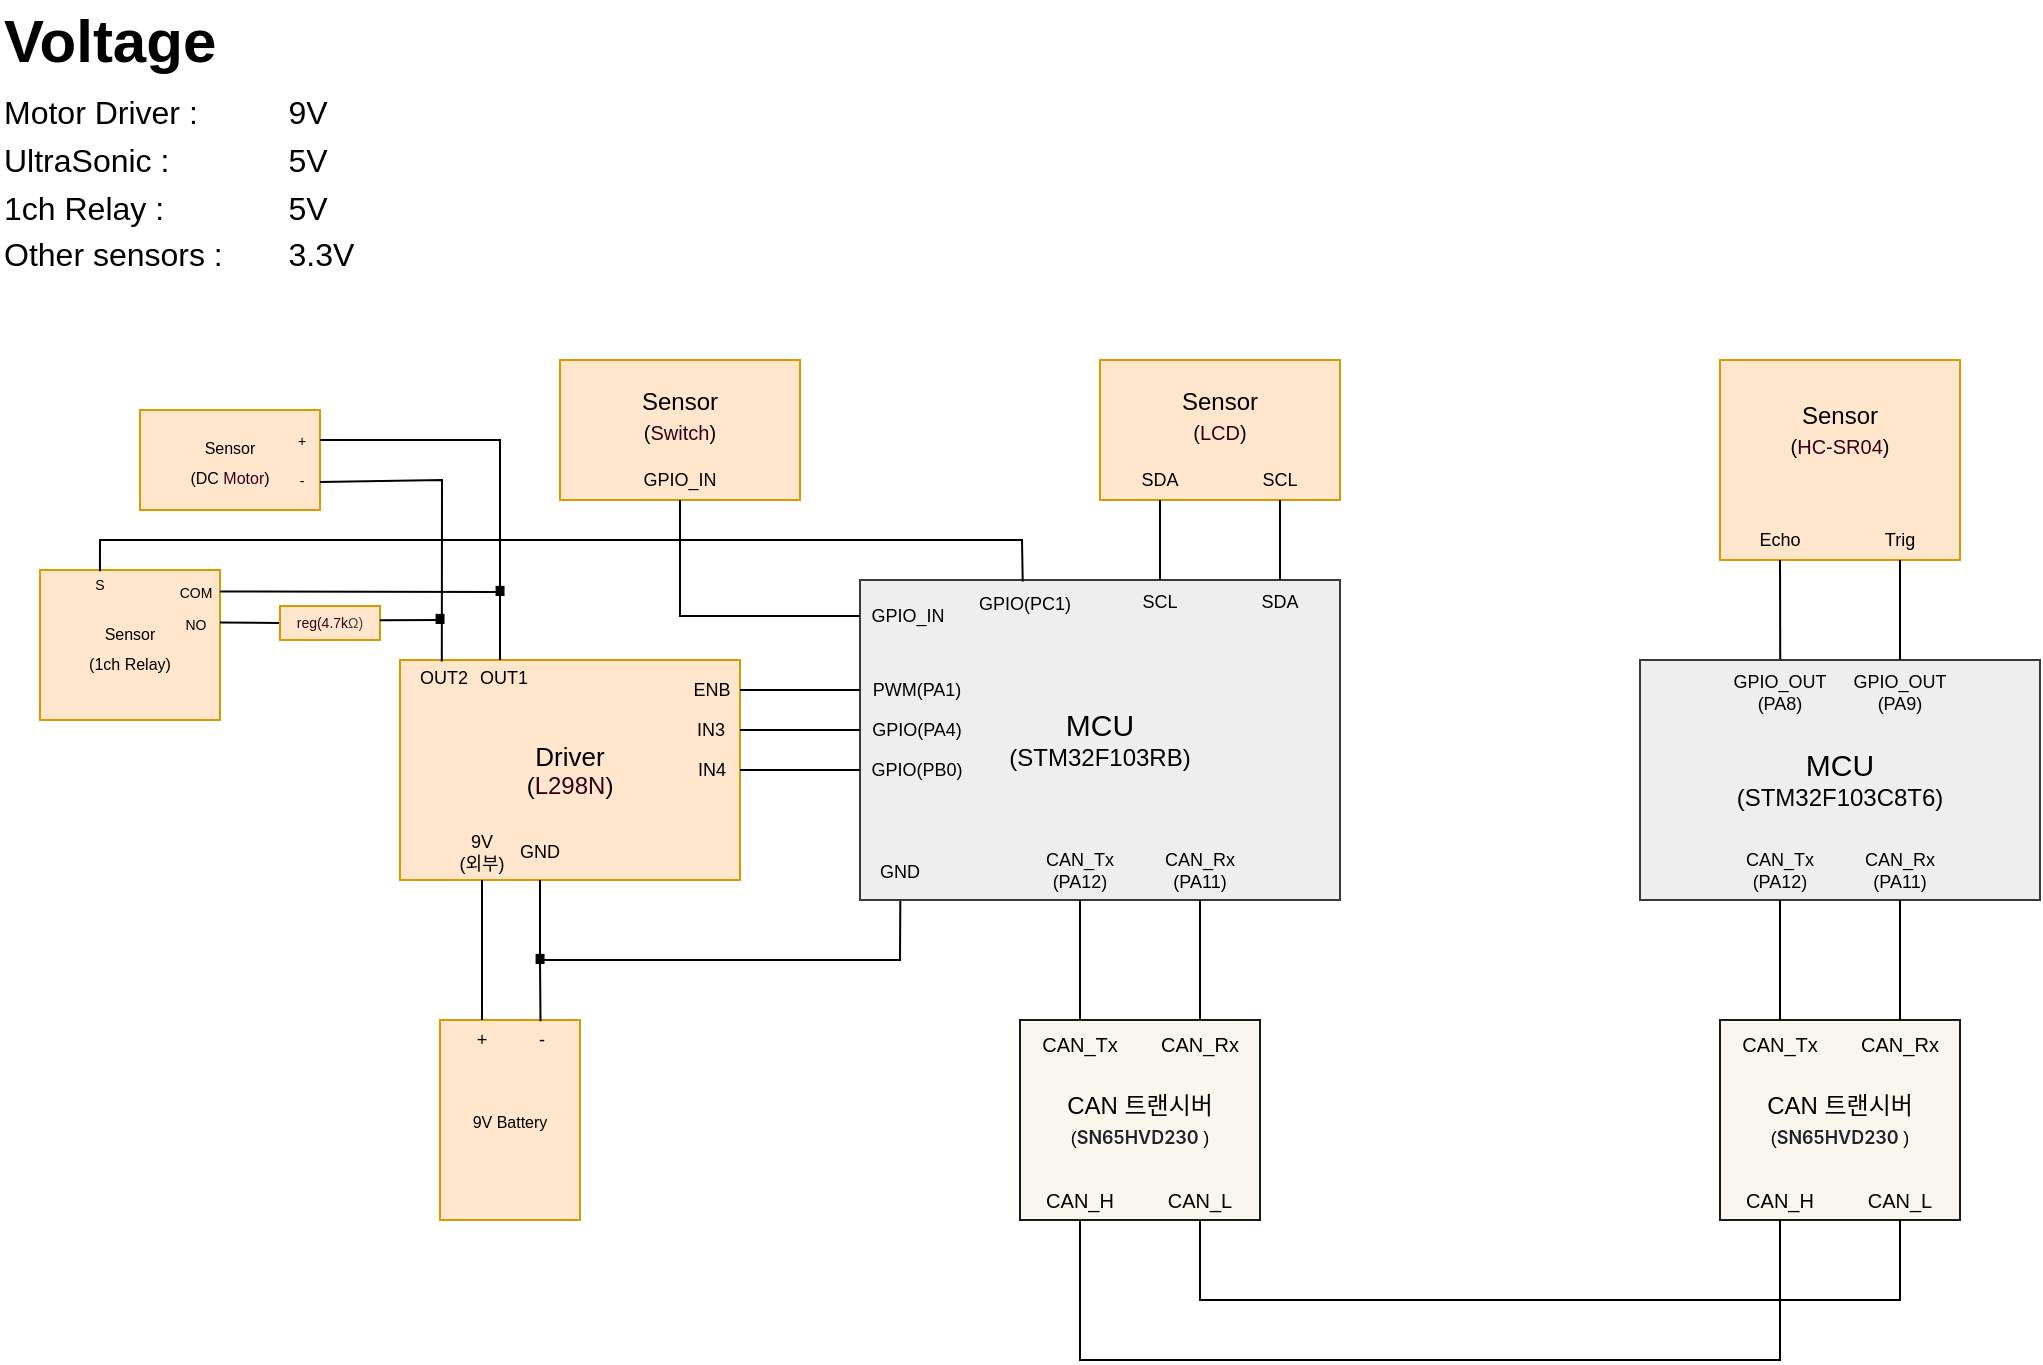
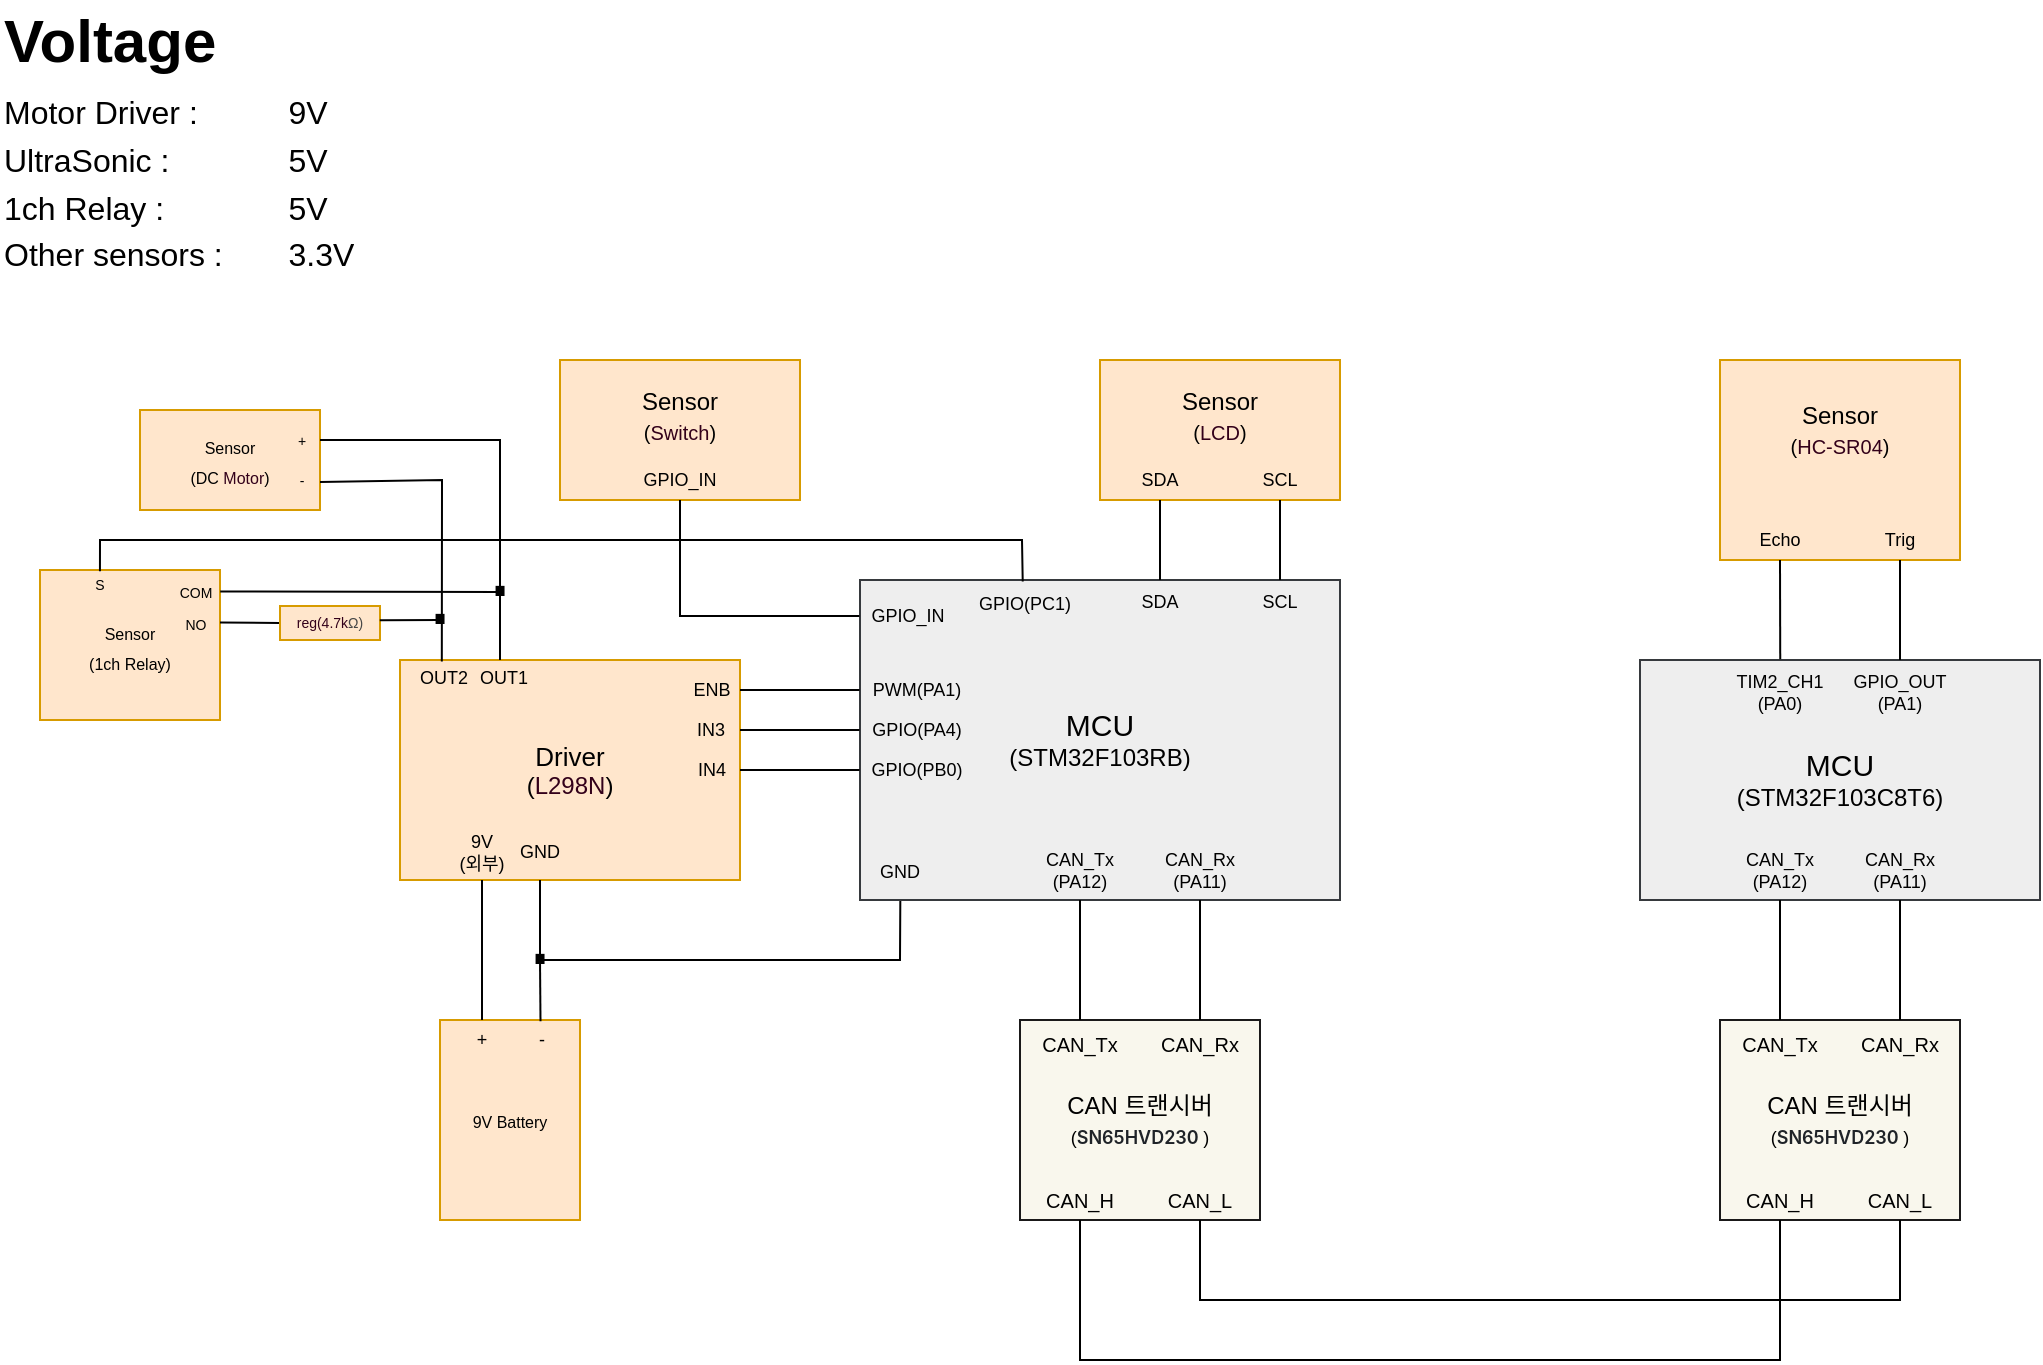
<mxfile host="app.diagrams.net" agent="Mozilla/5.0 (Windows NT 10.0; Win64; x64) AppleWebKit/537.36 (KHTML, like Gecko) Chrome/135.0.0.0 Safari/537.36" version="26.2.14" pages="2">
  <diagram name="페이지-1" id="bV-VDJoUi6MywUOajjM0">
-     <mxGraphModel dx="1226" dy="733" grid="1" gridSize="10" guides="1" tooltips="1" connect="1" arrows="1" fold="1" page="1" pageScale="1" pageWidth="1169" pageHeight="827" math="0" shadow="0">
+     <mxGraphModel dx="1042" dy="623" grid="1" gridSize="10" guides="1" tooltips="1" connect="1" arrows="1" fold="1" page="1" pageScale="1" pageWidth="1169" pageHeight="827" math="0" shadow="0">
      <root>
        <mxCell id="0" />
        <mxCell id="1" parent="0" />
        <mxCell id="6h7fnUpnQVIAR-fBUBs6-1" value="" style="rounded=0;whiteSpace=wrap;html=1;fillColor=#eeeeee;strokeColor=#36393d;" parent="1" vertex="1">
          <mxGeometry x="480" y="310" width="240" height="160" as="geometry" />
        </mxCell>
        <mxCell id="6h7fnUpnQVIAR-fBUBs6-3" value="" style="rounded=0;whiteSpace=wrap;html=1;fillColor=#eeeeee;strokeColor=#36393d;" parent="1" vertex="1">
          <mxGeometry x="870" y="350" width="200" height="120" as="geometry" />
        </mxCell>
        <mxCell id="6h7fnUpnQVIAR-fBUBs6-6" value="&lt;font style=&quot;font-size: 15px;&quot;&gt;MCU&lt;/font&gt;&lt;div&gt;(&lt;span style=&quot;background-color: transparent; color: light-dark(rgb(0, 0, 0), rgb(255, 255, 255));&quot;&gt;STM32F103RB)&lt;/span&gt;&lt;/div&gt;" style="text;html=1;align=center;verticalAlign=middle;whiteSpace=wrap;rounded=0;" parent="1" vertex="1">
          <mxGeometry x="480" y="310" width="240" height="160" as="geometry" />
        </mxCell>
        <mxCell id="6h7fnUpnQVIAR-fBUBs6-9" value="&lt;font style=&quot;font-size: 15px;&quot;&gt;MCU&lt;/font&gt;&lt;div&gt;(&lt;span style=&quot;background-color: transparent; color: light-dark(rgb(0, 0, 0), rgb(255, 255, 255));&quot;&gt;STM32F103C8T6)&lt;/span&gt;&lt;/div&gt;" style="text;html=1;align=center;verticalAlign=middle;whiteSpace=wrap;rounded=0;" parent="1" vertex="1">
          <mxGeometry x="915" y="395" width="110" height="30" as="geometry" />
        </mxCell>
        <mxCell id="6h7fnUpnQVIAR-fBUBs6-10" value="" style="rounded=0;whiteSpace=wrap;html=1;fillColor=#f9f7ed;strokeColor=light-dark(#1a1919, #261d00);strokeWidth=1;glass=0;" parent="1" vertex="1">
          <mxGeometry x="560" y="530" width="120" height="100" as="geometry" />
        </mxCell>
        <mxCell id="6h7fnUpnQVIAR-fBUBs6-12" value="" style="rounded=0;whiteSpace=wrap;html=1;fillColor=#f9f7ed;strokeColor=light-dark(#1a1919, #261d00);strokeWidth=1;glass=0;" parent="1" vertex="1">
          <mxGeometry x="910" y="530" width="120" height="100" as="geometry" />
        </mxCell>
        <mxCell id="6h7fnUpnQVIAR-fBUBs6-14" value="" style="endArrow=none;html=1;rounded=0;exitX=0.25;exitY=0;exitDx=0;exitDy=0;" parent="1" source="6h7fnUpnQVIAR-fBUBs6-10" edge="1">
          <mxGeometry width="50" height="50" relative="1" as="geometry">
            <mxPoint x="540" y="520" as="sourcePoint" />
            <mxPoint x="590" y="470" as="targetPoint" />
          </mxGeometry>
        </mxCell>
        <mxCell id="6h7fnUpnQVIAR-fBUBs6-15" value="" style="endArrow=none;html=1;rounded=0;exitX=0.25;exitY=0;exitDx=0;exitDy=0;" parent="1" edge="1">
          <mxGeometry width="50" height="50" relative="1" as="geometry">
            <mxPoint x="650" y="530" as="sourcePoint" />
            <mxPoint x="650" y="470" as="targetPoint" />
          </mxGeometry>
        </mxCell>
        <mxCell id="6h7fnUpnQVIAR-fBUBs6-16" value="" style="endArrow=none;html=1;rounded=0;exitX=0.25;exitY=0;exitDx=0;exitDy=0;" parent="1" edge="1">
          <mxGeometry width="50" height="50" relative="1" as="geometry">
            <mxPoint x="940" y="530" as="sourcePoint" />
            <mxPoint x="940" y="470" as="targetPoint" />
          </mxGeometry>
        </mxCell>
        <mxCell id="6h7fnUpnQVIAR-fBUBs6-17" value="" style="endArrow=none;html=1;rounded=0;exitX=0.25;exitY=0;exitDx=0;exitDy=0;" parent="1" edge="1">
          <mxGeometry width="50" height="50" relative="1" as="geometry">
            <mxPoint x="1000" y="530" as="sourcePoint" />
            <mxPoint x="1000" y="470" as="targetPoint" />
          </mxGeometry>
        </mxCell>
        <mxCell id="6h7fnUpnQVIAR-fBUBs6-20" value="&lt;span&gt;CAN_T&lt;/span&gt;x&lt;div&gt;(PA12)&lt;/div&gt;" style="text;html=1;align=center;verticalAlign=middle;whiteSpace=wrap;rounded=0;fontSize=9;" parent="1" vertex="1">
          <mxGeometry x="910" y="440" width="60" height="30" as="geometry" />
        </mxCell>
        <mxCell id="6h7fnUpnQVIAR-fBUBs6-21" value="&lt;span&gt;CAN_R&lt;/span&gt;x&lt;div&gt;(PA11)&lt;/div&gt;" style="text;html=1;align=center;verticalAlign=middle;whiteSpace=wrap;rounded=0;fontSize=9;" parent="1" vertex="1">
          <mxGeometry x="970" y="440" width="60" height="30" as="geometry" />
        </mxCell>
        <mxCell id="6h7fnUpnQVIAR-fBUBs6-22" value="&lt;span&gt;CAN_&lt;/span&gt;Rx" style="text;html=1;align=center;verticalAlign=middle;whiteSpace=wrap;rounded=0;fontSize=10;" parent="1" vertex="1">
          <mxGeometry x="970" y="527" width="60" height="30" as="geometry" />
        </mxCell>
        <mxCell id="6h7fnUpnQVIAR-fBUBs6-23" value="&lt;span&gt;CAN_&lt;/span&gt;Tx" style="text;html=1;align=center;verticalAlign=middle;whiteSpace=wrap;rounded=0;fontSize=10;" parent="1" vertex="1">
          <mxGeometry x="910" y="527" width="60" height="30" as="geometry" />
        </mxCell>
        <mxCell id="6h7fnUpnQVIAR-fBUBs6-24" value="&lt;span&gt;CAN_&lt;/span&gt;Rx" style="text;html=1;align=center;verticalAlign=middle;whiteSpace=wrap;rounded=0;fontSize=10;" parent="1" vertex="1">
          <mxGeometry x="620" y="527" width="60" height="30" as="geometry" />
        </mxCell>
        <mxCell id="6h7fnUpnQVIAR-fBUBs6-25" value="&lt;span&gt;CAN_&lt;/span&gt;Tx" style="text;html=1;align=center;verticalAlign=middle;whiteSpace=wrap;rounded=0;fontSize=10;" parent="1" vertex="1">
          <mxGeometry x="560" y="527" width="60" height="30" as="geometry" />
        </mxCell>
        <mxCell id="6h7fnUpnQVIAR-fBUBs6-26" value="CAN 트랜시버&lt;br&gt;&lt;div&gt;&lt;font style=&quot;font-size: 9px;&quot;&gt;(&lt;span style=&quot;box-sizing: border-box; font-weight: 600; color: rgb(31, 35, 40); font-family: -apple-system, BlinkMacSystemFont, &amp;quot;Segoe UI&amp;quot;, &amp;quot;Noto Sans&amp;quot;, Helvetica, Arial, sans-serif, &amp;quot;Apple Color Emoji&amp;quot;, &amp;quot;Segoe UI Emoji&amp;quot;; text-align: left;&quot;&gt;&lt;font style=&quot;&quot;&gt;SN65HVD230&amp;nbsp;&lt;/font&gt;&lt;/span&gt;&lt;span style=&quot;background-color: transparent; color: light-dark(rgb(0, 0, 0), rgb(255, 255, 255));&quot;&gt;)&lt;/span&gt;&lt;/font&gt;&lt;/div&gt;" style="text;html=1;align=center;verticalAlign=middle;whiteSpace=wrap;rounded=0;" parent="1" vertex="1">
          <mxGeometry x="565" y="565" width="110" height="30" as="geometry" />
        </mxCell>
        <mxCell id="6h7fnUpnQVIAR-fBUBs6-27" value="CAN 트랜시버&lt;br&gt;&lt;div&gt;&lt;font style=&quot;font-size: 9px;&quot;&gt;(&lt;span style=&quot;box-sizing: border-box; font-weight: 600; color: rgb(31, 35, 40); font-family: -apple-system, BlinkMacSystemFont, &amp;quot;Segoe UI&amp;quot;, &amp;quot;Noto Sans&amp;quot;, Helvetica, Arial, sans-serif, &amp;quot;Apple Color Emoji&amp;quot;, &amp;quot;Segoe UI Emoji&amp;quot;; text-align: left;&quot;&gt;&lt;font style=&quot;&quot;&gt;SN65HVD230&amp;nbsp;&lt;/font&gt;&lt;/span&gt;&lt;span style=&quot;background-color: transparent; color: light-dark(rgb(0, 0, 0), rgb(255, 255, 255));&quot;&gt;)&lt;/span&gt;&lt;/font&gt;&lt;/div&gt;" style="text;html=1;align=center;verticalAlign=middle;whiteSpace=wrap;rounded=0;" parent="1" vertex="1">
          <mxGeometry x="915" y="565" width="110" height="30" as="geometry" />
        </mxCell>
        <mxCell id="6h7fnUpnQVIAR-fBUBs6-28" value="&lt;span&gt;CAN_H&lt;/span&gt;" style="text;html=1;align=center;verticalAlign=middle;whiteSpace=wrap;rounded=0;fontSize=10;" parent="1" vertex="1">
          <mxGeometry x="560" y="605" width="60" height="30" as="geometry" />
        </mxCell>
        <mxCell id="6h7fnUpnQVIAR-fBUBs6-29" value="&lt;span&gt;CAN_L&lt;/span&gt;" style="text;html=1;align=center;verticalAlign=middle;whiteSpace=wrap;rounded=0;fontSize=10;" parent="1" vertex="1">
          <mxGeometry x="620" y="605" width="60" height="30" as="geometry" />
        </mxCell>
        <mxCell id="6h7fnUpnQVIAR-fBUBs6-30" value="&lt;span&gt;CAN_H&lt;/span&gt;" style="text;html=1;align=center;verticalAlign=middle;whiteSpace=wrap;rounded=0;fontSize=10;" parent="1" vertex="1">
          <mxGeometry x="910" y="605" width="60" height="30" as="geometry" />
        </mxCell>
        <mxCell id="6h7fnUpnQVIAR-fBUBs6-31" value="&lt;span&gt;CAN_L&lt;/span&gt;" style="text;html=1;align=center;verticalAlign=middle;whiteSpace=wrap;rounded=0;fontSize=10;" parent="1" vertex="1">
          <mxGeometry x="970" y="605" width="60" height="30" as="geometry" />
        </mxCell>
-         <mxCell id="6h7fnUpnQVIAR-fBUBs6-32" value="" style="endArrow=none;html=1;rounded=0;entryX=0.5;entryY=0.833;entryDx=0;entryDy=0;entryPerimeter=0;" parent="1" edge="1" target="6h7fnUpnQVIAR-fBUBs6-29">
+         <mxCell id="6h7fnUpnQVIAR-fBUBs6-32" value="" style="endArrow=none;html=1;rounded=0;entryX=0.5;entryY=0.833;entryDx=0;entryDy=0;entryPerimeter=0;" parent="1" target="6h7fnUpnQVIAR-fBUBs6-29" edge="1">
          <mxGeometry width="50" height="50" relative="1" as="geometry">
            <mxPoint x="1000" y="630" as="sourcePoint" />
            <mxPoint x="600" y="630" as="targetPoint" />
            <Array as="points">
              <mxPoint x="1000" y="670" />
              <mxPoint x="770" y="670" />
              <mxPoint x="650" y="670" />
            </Array>
          </mxGeometry>
        </mxCell>
-         <mxCell id="6h7fnUpnQVIAR-fBUBs6-33" value="" style="endArrow=none;html=1;rounded=0;entryX=0.5;entryY=0.833;entryDx=0;entryDy=0;entryPerimeter=0;" parent="1" edge="1" target="6h7fnUpnQVIAR-fBUBs6-28">
+         <mxCell id="6h7fnUpnQVIAR-fBUBs6-33" value="" style="endArrow=none;html=1;rounded=0;entryX=0.5;entryY=0.833;entryDx=0;entryDy=0;entryPerimeter=0;" parent="1" target="6h7fnUpnQVIAR-fBUBs6-28" edge="1">
          <mxGeometry width="50" height="50" relative="1" as="geometry">
            <mxPoint x="940" y="630" as="sourcePoint" />
            <mxPoint x="540" y="630" as="targetPoint" />
            <Array as="points">
              <mxPoint x="940" y="700" />
              <mxPoint x="710" y="700" />
              <mxPoint x="590" y="700" />
              <mxPoint x="590" y="670" />
            </Array>
          </mxGeometry>
        </mxCell>
        <mxCell id="6h7fnUpnQVIAR-fBUBs6-36" value="" style="rounded=0;whiteSpace=wrap;html=1;fillColor=#ffe6cc;strokeColor=#d79b00;" parent="1" vertex="1">
          <mxGeometry x="910" y="200" width="120" height="100" as="geometry" />
        </mxCell>
        <mxCell id="6h7fnUpnQVIAR-fBUBs6-37" value="&lt;font&gt;Sensor&lt;/font&gt;&lt;br&gt;&lt;div&gt;&lt;span&gt;&lt;font style=&quot;font-size: 10px;&quot;&gt;(&lt;span style=&quot;font-family: Arial, sans-serif; text-align: start;&quot;&gt;&lt;font style=&quot;color: rgb(51, 0, 26);&quot;&gt;HC-SR04&lt;/font&gt;&lt;/span&gt;&lt;span style=&quot;color: light-dark(rgb(0, 0, 0), rgb(255, 255, 255));&quot;&gt;)&lt;/span&gt;&lt;/font&gt;&lt;/span&gt;&lt;/div&gt;" style="text;html=1;align=center;verticalAlign=middle;whiteSpace=wrap;rounded=0;" parent="1" vertex="1">
          <mxGeometry x="910" y="220.5" width="120" height="29" as="geometry" />
        </mxCell>
-         <mxCell id="6h7fnUpnQVIAR-fBUBs6-38" value="&lt;div&gt;&lt;div&gt;GPIO_OUT&lt;/div&gt;&lt;/div&gt;(PA9)" style="text;html=1;align=center;verticalAlign=middle;whiteSpace=wrap;rounded=0;fontSize=9;" parent="1" vertex="1">
+         <mxCell id="6h7fnUpnQVIAR-fBUBs6-38" value="&lt;div&gt;&lt;div&gt;GPIO_OUT&lt;/div&gt;&lt;/div&gt;(PA1)" style="text;html=1;align=center;verticalAlign=middle;whiteSpace=wrap;rounded=0;fontSize=9;" parent="1" vertex="1">
          <mxGeometry x="970" y="351" width="60" height="30" as="geometry" />
        </mxCell>
-         <mxCell id="6h7fnUpnQVIAR-fBUBs6-39" value="&lt;div&gt;GPIO_OUT&lt;/div&gt;(PA8)" style="text;html=1;align=center;verticalAlign=middle;whiteSpace=wrap;rounded=0;fontSize=9;" parent="1" vertex="1">
+         <mxCell id="6h7fnUpnQVIAR-fBUBs6-39" value="&lt;div&gt;TIM2_CH1&lt;/div&gt;(PA0)" style="text;html=1;align=center;verticalAlign=middle;whiteSpace=wrap;rounded=0;fontSize=9;" parent="1" vertex="1">
          <mxGeometry x="910" y="351" width="60" height="30" as="geometry" />
        </mxCell>
        <mxCell id="6h7fnUpnQVIAR-fBUBs6-40" value="Echo" style="text;html=1;align=center;verticalAlign=middle;whiteSpace=wrap;rounded=0;fontSize=9;" parent="1" vertex="1">
          <mxGeometry x="910" y="275" width="60" height="30" as="geometry" />
        </mxCell>
        <mxCell id="6h7fnUpnQVIAR-fBUBs6-41" value="Trig" style="text;html=1;align=center;verticalAlign=middle;whiteSpace=wrap;rounded=0;fontSize=9;" parent="1" vertex="1">
          <mxGeometry x="970" y="275" width="60" height="30" as="geometry" />
        </mxCell>
        <mxCell id="6h7fnUpnQVIAR-fBUBs6-42" value="" style="endArrow=none;html=1;rounded=0;exitX=0.502;exitY=-0.047;exitDx=0;exitDy=0;exitPerimeter=0;" parent="1" source="6h7fnUpnQVIAR-fBUBs6-39" edge="1">
          <mxGeometry width="50" height="50" relative="1" as="geometry">
            <mxPoint x="940" y="360" as="sourcePoint" />
            <mxPoint x="940" y="300" as="targetPoint" />
          </mxGeometry>
        </mxCell>
        <mxCell id="6h7fnUpnQVIAR-fBUBs6-43" value="" style="endArrow=none;html=1;rounded=0;" parent="1" edge="1">
          <mxGeometry width="50" height="50" relative="1" as="geometry">
            <mxPoint x="1000" y="350" as="sourcePoint" />
            <mxPoint x="1000" y="300" as="targetPoint" />
          </mxGeometry>
        </mxCell>
        <mxCell id="6h7fnUpnQVIAR-fBUBs6-44" value="" style="rounded=0;whiteSpace=wrap;html=1;fillColor=#ffe6cc;strokeColor=#d79b00;" parent="1" vertex="1">
          <mxGeometry x="600" y="200" width="120" height="70" as="geometry" />
        </mxCell>
        <mxCell id="6h7fnUpnQVIAR-fBUBs6-45" value="&lt;font&gt;Sensor&lt;/font&gt;&lt;br&gt;&lt;div style=&quot;&quot;&gt;&lt;span&gt;&lt;font style=&quot;font-size: 10px;&quot;&gt;(&lt;font face=&quot;Arial, sans-serif&quot; color=&quot;#33001a&quot;&gt;LCD&lt;/font&gt;&lt;span style=&quot;color: light-dark(rgb(0, 0, 0), rgb(255, 255, 255));&quot;&gt;)&lt;/span&gt;&lt;/font&gt;&lt;/span&gt;&lt;/div&gt;" style="text;html=1;align=center;verticalAlign=middle;whiteSpace=wrap;rounded=0;" parent="1" vertex="1">
          <mxGeometry x="600" y="213" width="120" height="29" as="geometry" />
        </mxCell>
        <mxCell id="6h7fnUpnQVIAR-fBUBs6-46" value="SDA" style="text;html=1;align=center;verticalAlign=middle;whiteSpace=wrap;rounded=0;fontSize=9;" parent="1" vertex="1">
          <mxGeometry x="600" y="245" width="60" height="30" as="geometry" />
        </mxCell>
        <mxCell id="6h7fnUpnQVIAR-fBUBs6-47" value="SCL" style="text;html=1;align=center;verticalAlign=middle;whiteSpace=wrap;rounded=0;fontSize=9;" parent="1" vertex="1">
          <mxGeometry x="660" y="245" width="60" height="30" as="geometry" />
        </mxCell>
-         <mxCell id="6h7fnUpnQVIAR-fBUBs6-48" value="SDA" style="text;html=1;align=center;verticalAlign=middle;whiteSpace=wrap;rounded=0;fontSize=9;" parent="1" vertex="1">
+         <mxCell id="6h7fnUpnQVIAR-fBUBs6-48" value="SCL" style="text;html=1;align=center;verticalAlign=middle;whiteSpace=wrap;rounded=0;fontSize=9;" parent="1" vertex="1">
          <mxGeometry x="660" y="306" width="60" height="30" as="geometry" />
        </mxCell>
-         <mxCell id="6h7fnUpnQVIAR-fBUBs6-49" value="SCL" style="text;html=1;align=center;verticalAlign=middle;whiteSpace=wrap;rounded=0;fontSize=9;" parent="1" vertex="1">
+         <mxCell id="6h7fnUpnQVIAR-fBUBs6-49" value="SDA" style="text;html=1;align=center;verticalAlign=middle;whiteSpace=wrap;rounded=0;fontSize=9;" parent="1" vertex="1">
          <mxGeometry x="600" y="306" width="60" height="30" as="geometry" />
        </mxCell>
        <mxCell id="6h7fnUpnQVIAR-fBUBs6-50" value="" style="endArrow=none;html=1;rounded=0;exitX=0.5;exitY=0.133;exitDx=0;exitDy=0;exitPerimeter=0;" parent="1" source="6h7fnUpnQVIAR-fBUBs6-49" edge="1">
          <mxGeometry width="50" height="50" relative="1" as="geometry">
            <mxPoint x="630" y="300" as="sourcePoint" />
            <mxPoint x="630" y="270" as="targetPoint" />
          </mxGeometry>
        </mxCell>
        <mxCell id="6h7fnUpnQVIAR-fBUBs6-51" value="" style="endArrow=none;html=1;rounded=0;exitX=0.5;exitY=0.133;exitDx=0;exitDy=0;exitPerimeter=0;" parent="1" source="6h7fnUpnQVIAR-fBUBs6-48" edge="1">
          <mxGeometry width="50" height="50" relative="1" as="geometry">
            <mxPoint x="690" y="300" as="sourcePoint" />
            <mxPoint x="690" y="270" as="targetPoint" />
          </mxGeometry>
        </mxCell>
        <mxCell id="6h7fnUpnQVIAR-fBUBs6-52" value="" style="rounded=0;whiteSpace=wrap;html=1;fillColor=#ffe6cc;strokeColor=#d79b00;" parent="1" vertex="1">
          <mxGeometry x="330" y="200" width="120" height="70" as="geometry" />
        </mxCell>
        <mxCell id="6h7fnUpnQVIAR-fBUBs6-53" value="&lt;font&gt;Sensor&lt;/font&gt;&lt;br&gt;&lt;div style=&quot;&quot;&gt;&lt;span&gt;&lt;font style=&quot;font-size: 10px;&quot;&gt;(&lt;font face=&quot;Arial, sans-serif&quot; color=&quot;#33001a&quot;&gt;Switch&lt;/font&gt;&lt;span style=&quot;color: light-dark(rgb(0, 0, 0), rgb(255, 255, 255));&quot;&gt;)&lt;/span&gt;&lt;/font&gt;&lt;/span&gt;&lt;/div&gt;" style="text;html=1;align=center;verticalAlign=middle;whiteSpace=wrap;rounded=0;" parent="1" vertex="1">
          <mxGeometry x="330" y="213" width="120" height="29" as="geometry" />
        </mxCell>
        <mxCell id="6h7fnUpnQVIAR-fBUBs6-54" value="GPIO_IN" style="text;html=1;align=center;verticalAlign=middle;whiteSpace=wrap;rounded=0;fontSize=9;" parent="1" vertex="1">
          <mxGeometry x="360" y="245" width="60" height="30" as="geometry" />
        </mxCell>
        <mxCell id="6h7fnUpnQVIAR-fBUBs6-56" value="" style="endArrow=none;html=1;rounded=0;exitX=0.05;exitY=0.5;exitDx=0;exitDy=0;exitPerimeter=0;" parent="1" source="6h7fnUpnQVIAR-fBUBs6-57" edge="1">
          <mxGeometry width="50" height="50" relative="1" as="geometry">
            <mxPoint x="540" y="490" as="sourcePoint" />
            <mxPoint x="390" y="270" as="targetPoint" />
            <Array as="points">
              <mxPoint x="390" y="328" />
            </Array>
          </mxGeometry>
        </mxCell>
        <mxCell id="6h7fnUpnQVIAR-fBUBs6-57" value="GPIO_IN" style="text;html=1;align=center;verticalAlign=middle;whiteSpace=wrap;rounded=0;fontSize=9;" parent="1" vertex="1">
          <mxGeometry x="477" y="308" width="54" height="40" as="geometry" />
        </mxCell>
        <mxCell id="6h7fnUpnQVIAR-fBUBs6-58" value="" style="rounded=0;whiteSpace=wrap;html=1;fillColor=#ffe6cc;strokeColor=#d79b00;" parent="1" vertex="1">
          <mxGeometry x="250" y="350" width="170" height="110" as="geometry" />
        </mxCell>
        <mxCell id="6h7fnUpnQVIAR-fBUBs6-59" value="&lt;font&gt;&lt;font style=&quot;font-size: 13px;&quot;&gt;Driver&lt;/font&gt;&lt;br&gt;&lt;/font&gt;&lt;div style=&quot;&quot;&gt;&lt;span&gt;&lt;font&gt;(&lt;font face=&quot;Arial, sans-serif&quot; color=&quot;#33001a&quot;&gt;L298N&lt;/font&gt;&lt;span style=&quot;color: light-dark(rgb(0, 0, 0), rgb(255, 255, 255));&quot;&gt;)&lt;/span&gt;&lt;/font&gt;&lt;/span&gt;&lt;/div&gt;" style="text;html=1;align=center;verticalAlign=middle;whiteSpace=wrap;rounded=0;" parent="1" vertex="1">
          <mxGeometry x="250" y="350" width="170" height="110" as="geometry" />
        </mxCell>
        <mxCell id="6h7fnUpnQVIAR-fBUBs6-60" value="ENB" style="text;html=1;align=center;verticalAlign=middle;whiteSpace=wrap;rounded=0;fontSize=9;" parent="1" vertex="1">
          <mxGeometry x="386" y="350" width="40" height="30" as="geometry" />
        </mxCell>
-         <mxCell id="6h7fnUpnQVIAR-fBUBs6-67" value="" style="endArrow=none;html=1;rounded=0;entryX=0.069;entryY=0.501;entryDx=0;entryDy=0;entryPerimeter=0;exitX=0.85;exitY=0.501;exitDx=0;exitDy=0;exitPerimeter=0;" parent="1" edge="1" source="6h7fnUpnQVIAR-fBUBs6-60">
+         <mxCell id="6h7fnUpnQVIAR-fBUBs6-67" value="" style="endArrow=none;html=1;rounded=0;entryX=0.069;entryY=0.501;entryDx=0;entryDy=0;entryPerimeter=0;exitX=0.85;exitY=0.501;exitDx=0;exitDy=0;exitPerimeter=0;" parent="1" source="6h7fnUpnQVIAR-fBUBs6-60" edge="1">
          <mxGeometry width="50" height="50" relative="1" as="geometry">
            <mxPoint x="449.4" y="365.35999999999996" as="sourcePoint" />
            <mxPoint x="479.76" y="365.03" as="targetPoint" />
          </mxGeometry>
        </mxCell>
        <mxCell id="6h7fnUpnQVIAR-fBUBs6-69" value="PWM(PA1)" style="text;html=1;align=center;verticalAlign=middle;whiteSpace=wrap;rounded=0;fontSize=9;" parent="1" vertex="1">
          <mxGeometry x="477" y="350" width="63" height="30" as="geometry" />
        </mxCell>
-         <mxCell id="_FvLLy5niA9-FDdcqiTg-1" value="" style="endArrow=none;html=1;rounded=0;entryX=0.069;entryY=0.501;entryDx=0;entryDy=0;entryPerimeter=0;exitX=1;exitY=0.318;exitDx=0;exitDy=0;exitPerimeter=0;" parent="1" edge="1" source="6h7fnUpnQVIAR-fBUBs6-59">
+         <mxCell id="_FvLLy5niA9-FDdcqiTg-1" value="" style="endArrow=none;html=1;rounded=0;entryX=0.069;entryY=0.501;entryDx=0;entryDy=0;entryPerimeter=0;exitX=1;exitY=0.318;exitDx=0;exitDy=0;exitPerimeter=0;" parent="1" source="6h7fnUpnQVIAR-fBUBs6-59" edge="1">
          <mxGeometry width="50" height="50" relative="1" as="geometry">
            <mxPoint x="440" y="385" as="sourcePoint" />
            <mxPoint x="479.76" y="385.03" as="targetPoint" />
          </mxGeometry>
        </mxCell>
-         <mxCell id="_FvLLy5niA9-FDdcqiTg-2" value="" style="endArrow=none;html=1;rounded=0;entryX=0.069;entryY=0.501;entryDx=0;entryDy=0;exitX=1;exitY=0.5;exitDx=0;exitDy=0;entryPerimeter=0;" parent="1" edge="1" source="6h7fnUpnQVIAR-fBUBs6-59">
+         <mxCell id="_FvLLy5niA9-FDdcqiTg-2" value="" style="endArrow=none;html=1;rounded=0;entryX=0.069;entryY=0.501;entryDx=0;entryDy=0;exitX=1;exitY=0.5;exitDx=0;exitDy=0;entryPerimeter=0;" parent="1" source="6h7fnUpnQVIAR-fBUBs6-59" edge="1">
          <mxGeometry width="50" height="50" relative="1" as="geometry">
            <mxPoint x="449.4" y="405.35999999999996" as="sourcePoint" />
            <mxPoint x="479.76" y="405.03" as="targetPoint" />
          </mxGeometry>
        </mxCell>
        <mxCell id="_FvLLy5niA9-FDdcqiTg-3" value="IN3" style="text;html=1;align=center;verticalAlign=middle;whiteSpace=wrap;rounded=0;fontSize=9;" parent="1" vertex="1">
          <mxGeometry x="383" y="370" width="45" height="30" as="geometry" />
        </mxCell>
        <mxCell id="_FvLLy5niA9-FDdcqiTg-4" value="IN4" style="text;html=1;align=center;verticalAlign=middle;whiteSpace=wrap;rounded=0;fontSize=9;" parent="1" vertex="1">
          <mxGeometry x="386" y="390" width="40" height="30" as="geometry" />
        </mxCell>
        <mxCell id="_FvLLy5niA9-FDdcqiTg-5" value="GPIO(PA4)" style="text;html=1;align=center;verticalAlign=middle;whiteSpace=wrap;rounded=0;fontSize=9;" parent="1" vertex="1">
          <mxGeometry x="477" y="370" width="63" height="30" as="geometry" />
        </mxCell>
        <mxCell id="_FvLLy5niA9-FDdcqiTg-6" value="GPIO(PB0)" style="text;html=1;align=center;verticalAlign=middle;whiteSpace=wrap;rounded=0;fontSize=9;" parent="1" vertex="1">
          <mxGeometry x="477" y="390" width="63" height="30" as="geometry" />
        </mxCell>
        <mxCell id="_FvLLy5niA9-FDdcqiTg-10" value="" style="rounded=0;whiteSpace=wrap;html=1;fillColor=#ffe6cc;strokeColor=#d79b00;" parent="1" vertex="1">
          <mxGeometry x="120" y="225" width="90" height="50" as="geometry" />
        </mxCell>
        <mxCell id="_FvLLy5niA9-FDdcqiTg-12" value="&lt;font style=&quot;font-size: 8px;&quot;&gt;&lt;font style=&quot;&quot;&gt;Sensor&lt;/font&gt;&lt;br&gt;&lt;/font&gt;&lt;div style=&quot;&quot;&gt;&lt;span&gt;&lt;font style=&quot;font-size: 8px;&quot;&gt;(DC&amp;nbsp;&lt;font face=&quot;Arial, sans-serif&quot; color=&quot;#33001a&quot;&gt;Motor&lt;/font&gt;&lt;span style=&quot;color: light-dark(rgb(0, 0, 0), rgb(255, 255, 255));&quot;&gt;)&lt;/span&gt;&lt;/font&gt;&lt;/span&gt;&lt;/div&gt;" style="text;html=1;align=center;verticalAlign=middle;whiteSpace=wrap;rounded=0;" parent="1" vertex="1">
          <mxGeometry x="120" y="225" width="90" height="50" as="geometry" />
        </mxCell>
        <mxCell id="_FvLLy5niA9-FDdcqiTg-18" value="9V&lt;br&gt;(외부)" style="text;html=1;align=center;verticalAlign=middle;whiteSpace=wrap;rounded=0;fontSize=9;" parent="1" vertex="1">
          <mxGeometry x="276" y="436" width="30" height="20" as="geometry" />
        </mxCell>
        <mxCell id="_FvLLy5niA9-FDdcqiTg-19" value="GND" style="text;html=1;align=center;verticalAlign=middle;whiteSpace=wrap;rounded=0;fontSize=9;" parent="1" vertex="1">
          <mxGeometry x="305" y="436" width="30" height="20" as="geometry" />
        </mxCell>
        <mxCell id="_FvLLy5niA9-FDdcqiTg-20" value="" style="endArrow=none;html=1;rounded=0;exitX=0.084;exitY=1.003;exitDx=0;exitDy=0;exitPerimeter=0;" parent="1" source="6h7fnUpnQVIAR-fBUBs6-6" edge="1">
          <mxGeometry width="50" height="50" relative="1" as="geometry">
            <mxPoint x="500" y="497" as="sourcePoint" />
            <mxPoint x="320" y="460" as="targetPoint" />
            <Array as="points">
              <mxPoint x="500" y="500" />
              <mxPoint x="320" y="500" />
            </Array>
          </mxGeometry>
        </mxCell>
        <mxCell id="_FvLLy5niA9-FDdcqiTg-27" value="" style="rounded=0;whiteSpace=wrap;html=1;fillColor=#ffe6cc;strokeColor=#d79b00;" parent="1" vertex="1">
          <mxGeometry x="270" y="530" width="70" height="100" as="geometry" />
        </mxCell>
        <mxCell id="_FvLLy5niA9-FDdcqiTg-28" value="&lt;span style=&quot;font-size: 8px;&quot;&gt;9V Battery&lt;/span&gt;" style="text;html=1;align=center;verticalAlign=middle;whiteSpace=wrap;rounded=0;" parent="1" vertex="1">
          <mxGeometry x="270" y="530" width="70" height="100" as="geometry" />
        </mxCell>
        <mxCell id="_FvLLy5niA9-FDdcqiTg-35" value="OUT1" style="text;html=1;align=center;verticalAlign=middle;whiteSpace=wrap;rounded=0;fontSize=9;" parent="1" vertex="1">
          <mxGeometry x="291" y="354" width="22" height="10" as="geometry" />
        </mxCell>
        <mxCell id="ZNe67Z8rfyecnqNgnsBk-1" value="&lt;span&gt;CAN_T&lt;/span&gt;x&lt;div&gt;(PA12)&lt;/div&gt;" style="text;html=1;align=center;verticalAlign=middle;whiteSpace=wrap;rounded=0;fontSize=9;" parent="1" vertex="1">
          <mxGeometry x="560" y="440" width="60" height="30" as="geometry" />
        </mxCell>
        <mxCell id="ZNe67Z8rfyecnqNgnsBk-2" value="&lt;span&gt;CAN_R&lt;/span&gt;x&lt;div&gt;(PA11)&lt;/div&gt;" style="text;html=1;align=center;verticalAlign=middle;whiteSpace=wrap;rounded=0;fontSize=9;" parent="1" vertex="1">
          <mxGeometry x="620" y="440" width="60" height="30" as="geometry" />
        </mxCell>
-         <mxCell id="4tRv8Omye4SSDMSUdsZj-5" value="+" style="text;html=1;align=center;verticalAlign=middle;whiteSpace=wrap;rounded=0;fontSize=9;" vertex="1" parent="1">
+         <mxCell id="4tRv8Omye4SSDMSUdsZj-5" value="+" style="text;html=1;align=center;verticalAlign=middle;whiteSpace=wrap;rounded=0;fontSize=9;" parent="1" vertex="1">
          <mxGeometry x="276" y="530" width="30" height="20" as="geometry" />
        </mxCell>
-         <mxCell id="4tRv8Omye4SSDMSUdsZj-6" value="-" style="text;html=1;align=center;verticalAlign=middle;whiteSpace=wrap;rounded=0;fontSize=9;" vertex="1" parent="1">
+         <mxCell id="4tRv8Omye4SSDMSUdsZj-6" value="-" style="text;html=1;align=center;verticalAlign=middle;whiteSpace=wrap;rounded=0;fontSize=9;" parent="1" vertex="1">
          <mxGeometry x="306" y="530" width="30" height="20" as="geometry" />
        </mxCell>
-         <mxCell id="4tRv8Omye4SSDMSUdsZj-7" value="" style="endArrow=none;html=1;rounded=0;entryX=0.475;entryY=0.03;entryDx=0;entryDy=0;entryPerimeter=0;" edge="1" parent="1" target="4tRv8Omye4SSDMSUdsZj-6">
+         <mxCell id="4tRv8Omye4SSDMSUdsZj-7" value="" style="endArrow=none;html=1;rounded=0;entryX=0.475;entryY=0.03;entryDx=0;entryDy=0;entryPerimeter=0;" parent="1" target="4tRv8Omye4SSDMSUdsZj-6" edge="1">
          <mxGeometry width="50" height="50" relative="1" as="geometry">
            <mxPoint x="320" y="500" as="sourcePoint" />
            <mxPoint x="420" y="517" as="targetPoint" />
          </mxGeometry>
        </mxCell>
-         <mxCell id="4tRv8Omye4SSDMSUdsZj-8" value="" style="endArrow=none;html=1;rounded=0;exitX=0.5;exitY=0;exitDx=0;exitDy=0;" edge="1" parent="1" source="4tRv8Omye4SSDMSUdsZj-5">
+         <mxCell id="4tRv8Omye4SSDMSUdsZj-8" value="" style="endArrow=none;html=1;rounded=0;exitX=0.5;exitY=0;exitDx=0;exitDy=0;" parent="1" source="4tRv8Omye4SSDMSUdsZj-5" edge="1">
          <mxGeometry width="50" height="50" relative="1" as="geometry">
            <mxPoint x="320" y="530" as="sourcePoint" />
            <mxPoint x="291" y="460" as="targetPoint" />
          </mxGeometry>
        </mxCell>
-         <mxCell id="4tRv8Omye4SSDMSUdsZj-9" value="OUT2" style="text;html=1;align=center;verticalAlign=middle;whiteSpace=wrap;rounded=0;fontSize=9;" vertex="1" parent="1">
+         <mxCell id="4tRv8Omye4SSDMSUdsZj-9" value="OUT2" style="text;html=1;align=center;verticalAlign=middle;whiteSpace=wrap;rounded=0;fontSize=9;" parent="1" vertex="1">
          <mxGeometry x="261" y="354" width="22" height="10" as="geometry" />
        </mxCell>
-         <mxCell id="4tRv8Omye4SSDMSUdsZj-10" value="" style="rounded=0;whiteSpace=wrap;html=1;fillColor=#ffe6cc;strokeColor=#d79b00;" vertex="1" parent="1">
+         <mxCell id="4tRv8Omye4SSDMSUdsZj-10" value="" style="rounded=0;whiteSpace=wrap;html=1;fillColor=#ffe6cc;strokeColor=#d79b00;" parent="1" vertex="1">
          <mxGeometry x="70" y="305" width="90" height="75" as="geometry" />
        </mxCell>
-         <mxCell id="4tRv8Omye4SSDMSUdsZj-11" value="&lt;font style=&quot;font-size: 8px;&quot;&gt;&lt;font style=&quot;&quot;&gt;Sensor&lt;/font&gt;&lt;br&gt;&lt;/font&gt;&lt;div style=&quot;&quot;&gt;&lt;span&gt;&lt;font style=&quot;font-size: 8px;&quot;&gt;(1ch Relay&lt;span style=&quot;color: light-dark(rgb(0, 0, 0), rgb(255, 255, 255));&quot;&gt;)&lt;/span&gt;&lt;/font&gt;&lt;/span&gt;&lt;/div&gt;" style="text;html=1;align=center;verticalAlign=middle;whiteSpace=wrap;rounded=0;" vertex="1" parent="1">
+         <mxCell id="4tRv8Omye4SSDMSUdsZj-11" value="&lt;font style=&quot;font-size: 8px;&quot;&gt;&lt;font style=&quot;&quot;&gt;Sensor&lt;/font&gt;&lt;br&gt;&lt;/font&gt;&lt;div style=&quot;&quot;&gt;&lt;span&gt;&lt;font style=&quot;font-size: 8px;&quot;&gt;(1ch Relay&lt;span style=&quot;color: light-dark(rgb(0, 0, 0), rgb(255, 255, 255));&quot;&gt;)&lt;/span&gt;&lt;/font&gt;&lt;/span&gt;&lt;/div&gt;" style="text;html=1;align=center;verticalAlign=middle;whiteSpace=wrap;rounded=0;" parent="1" vertex="1">
          <mxGeometry x="70" y="305" width="90" height="75" as="geometry" />
        </mxCell>
-         <mxCell id="4tRv8Omye4SSDMSUdsZj-12" value="GND" style="text;html=1;align=center;verticalAlign=middle;whiteSpace=wrap;rounded=0;fontSize=9;" vertex="1" parent="1">
+         <mxCell id="4tRv8Omye4SSDMSUdsZj-12" value="GND" style="text;html=1;align=center;verticalAlign=middle;whiteSpace=wrap;rounded=0;fontSize=9;" parent="1" vertex="1">
          <mxGeometry x="485" y="446" width="30" height="20" as="geometry" />
        </mxCell>
-         <mxCell id="4tRv8Omye4SSDMSUdsZj-15" value="" style="endArrow=none;html=1;rounded=0;entryX=0.8;entryY=0.5;entryDx=0;entryDy=0;entryPerimeter=0;" edge="1" parent="1" target="4tRv8Omye4SSDMSUdsZj-16">
+         <mxCell id="4tRv8Omye4SSDMSUdsZj-15" value="" style="endArrow=none;html=1;rounded=0;entryX=0.8;entryY=0.5;entryDx=0;entryDy=0;entryPerimeter=0;" parent="1" target="4tRv8Omye4SSDMSUdsZj-16" edge="1">
          <mxGeometry width="50" height="50" relative="1" as="geometry">
            <mxPoint x="300" y="350" as="sourcePoint" />
            <mxPoint x="300" y="240" as="targetPoint" />
            <Array as="points">
              <mxPoint x="300" y="240" />
            </Array>
          </mxGeometry>
        </mxCell>
-         <mxCell id="4tRv8Omye4SSDMSUdsZj-16" value="&lt;font style=&quot;font-size: 7px;&quot;&gt;+&lt;/font&gt;" style="text;html=1;align=center;verticalAlign=middle;whiteSpace=wrap;rounded=0;fontSize=9;" vertex="1" parent="1">
+         <mxCell id="4tRv8Omye4SSDMSUdsZj-16" value="&lt;font style=&quot;font-size: 7px;&quot;&gt;+&lt;/font&gt;" style="text;html=1;align=center;verticalAlign=middle;whiteSpace=wrap;rounded=0;fontSize=9;" parent="1" vertex="1">
          <mxGeometry x="186" y="230" width="30" height="20" as="geometry" />
        </mxCell>
-         <mxCell id="4tRv8Omye4SSDMSUdsZj-17" value="&lt;font style=&quot;font-size: 7px;&quot;&gt;-&lt;/font&gt;" style="text;html=1;align=center;verticalAlign=middle;whiteSpace=wrap;rounded=0;fontSize=9;" vertex="1" parent="1">
+         <mxCell id="4tRv8Omye4SSDMSUdsZj-17" value="&lt;font style=&quot;font-size: 7px;&quot;&gt;-&lt;/font&gt;" style="text;html=1;align=center;verticalAlign=middle;whiteSpace=wrap;rounded=0;fontSize=9;" parent="1" vertex="1">
          <mxGeometry x="186" y="250" width="30" height="20" as="geometry" />
        </mxCell>
-         <mxCell id="4tRv8Omye4SSDMSUdsZj-19" value="&lt;span style=&quot;font-size: 7px;&quot;&gt;COM&lt;/span&gt;" style="text;html=1;align=center;verticalAlign=middle;whiteSpace=wrap;rounded=0;fontSize=9;" vertex="1" parent="1">
+         <mxCell id="4tRv8Omye4SSDMSUdsZj-19" value="&lt;span style=&quot;font-size: 7px;&quot;&gt;COM&lt;/span&gt;" style="text;html=1;align=center;verticalAlign=middle;whiteSpace=wrap;rounded=0;fontSize=9;" parent="1" vertex="1">
          <mxGeometry x="137" y="311" width="22" height="10" as="geometry" />
        </mxCell>
-         <mxCell id="4tRv8Omye4SSDMSUdsZj-20" value="&lt;span style=&quot;font-size: 7px;&quot;&gt;NO&lt;/span&gt;" style="text;html=1;align=center;verticalAlign=middle;whiteSpace=wrap;rounded=0;fontSize=9;" vertex="1" parent="1">
+         <mxCell id="4tRv8Omye4SSDMSUdsZj-20" value="&lt;span style=&quot;font-size: 7px;&quot;&gt;NO&lt;/span&gt;" style="text;html=1;align=center;verticalAlign=middle;whiteSpace=wrap;rounded=0;fontSize=9;" parent="1" vertex="1">
          <mxGeometry x="137" y="326.5" width="22" height="10" as="geometry" />
        </mxCell>
-         <mxCell id="4tRv8Omye4SSDMSUdsZj-21" value="" style="endArrow=none;html=1;rounded=0;exitX=0.998;exitY=0.328;exitDx=0;exitDy=0;exitPerimeter=0;entryX=0;entryY=0.5;entryDx=0;entryDy=0;" edge="1" parent="1" target="4tRv8Omye4SSDMSUdsZj-25">
+         <mxCell id="4tRv8Omye4SSDMSUdsZj-21" value="" style="endArrow=none;html=1;rounded=0;exitX=0.998;exitY=0.328;exitDx=0;exitDy=0;exitPerimeter=0;entryX=0;entryY=0.5;entryDx=0;entryDy=0;" parent="1" target="4tRv8Omye4SSDMSUdsZj-25" edge="1">
          <mxGeometry width="50" height="50" relative="1" as="geometry">
            <mxPoint x="160" y="331.29999999999995" as="sourcePoint" />
            <mxPoint x="200.18" y="331.7" as="targetPoint" />
          </mxGeometry>
        </mxCell>
-         <mxCell id="4tRv8Omye4SSDMSUdsZj-22" value="" style="endArrow=none;html=1;rounded=0;exitX=1.001;exitY=0.143;exitDx=0;exitDy=0;exitPerimeter=0;" edge="1" parent="1" source="4tRv8Omye4SSDMSUdsZj-11">
+         <mxCell id="4tRv8Omye4SSDMSUdsZj-22" value="" style="endArrow=none;html=1;rounded=0;exitX=1.001;exitY=0.143;exitDx=0;exitDy=0;exitPerimeter=0;" parent="1" source="4tRv8Omye4SSDMSUdsZj-11" edge="1">
          <mxGeometry width="50" height="50" relative="1" as="geometry">
            <mxPoint x="210" y="315.88" as="sourcePoint" />
            <mxPoint x="300" y="316" as="targetPoint" />
          </mxGeometry>
        </mxCell>
-         <mxCell id="4tRv8Omye4SSDMSUdsZj-24" value="" style="endArrow=none;html=1;rounded=0;entryX=0.8;entryY=0.5;entryDx=0;entryDy=0;entryPerimeter=0;exitX=0.123;exitY=0.007;exitDx=0;exitDy=0;exitPerimeter=0;" edge="1" parent="1" source="6h7fnUpnQVIAR-fBUBs6-59">
+         <mxCell id="4tRv8Omye4SSDMSUdsZj-24" value="" style="endArrow=none;html=1;rounded=0;entryX=0.8;entryY=0.5;entryDx=0;entryDy=0;entryPerimeter=0;exitX=0.123;exitY=0.007;exitDx=0;exitDy=0;exitPerimeter=0;" parent="1" source="6h7fnUpnQVIAR-fBUBs6-59" edge="1">
          <mxGeometry width="50" height="50" relative="1" as="geometry">
            <mxPoint x="300" y="371" as="sourcePoint" />
            <mxPoint x="210" y="261" as="targetPoint" />
            <Array as="points">
              <mxPoint x="271" y="260" />
            </Array>
          </mxGeometry>
        </mxCell>
-         <mxCell id="4tRv8Omye4SSDMSUdsZj-25" value="" style="rounded=0;whiteSpace=wrap;html=1;fillColor=#ffe6cc;strokeColor=#d79b00;" vertex="1" parent="1">
+         <mxCell id="4tRv8Omye4SSDMSUdsZj-25" value="" style="rounded=0;whiteSpace=wrap;html=1;fillColor=#ffe6cc;strokeColor=#d79b00;" parent="1" vertex="1">
          <mxGeometry x="190" y="323" width="50" height="17" as="geometry" />
        </mxCell>
-         <mxCell id="4tRv8Omye4SSDMSUdsZj-27" value="" style="endArrow=none;html=1;rounded=0;exitX=0.998;exitY=0.42;exitDx=0;exitDy=0;exitPerimeter=0;" edge="1" parent="1" source="4tRv8Omye4SSDMSUdsZj-25">
+         <mxCell id="4tRv8Omye4SSDMSUdsZj-27" value="" style="endArrow=none;html=1;rounded=0;exitX=0.998;exitY=0.42;exitDx=0;exitDy=0;exitPerimeter=0;" parent="1" source="4tRv8Omye4SSDMSUdsZj-25" edge="1">
          <mxGeometry width="50" height="50" relative="1" as="geometry">
            <mxPoint x="210" y="360" as="sourcePoint" />
            <mxPoint x="270" y="330" as="targetPoint" />
          </mxGeometry>
        </mxCell>
-         <mxCell id="4tRv8Omye4SSDMSUdsZj-28" value="&lt;span&gt;&lt;font&gt;&lt;font style=&quot;color: light-dark(rgb(51, 0, 26), rgb(255, 215, 237)); font-size: 7px;&quot;&gt;reg(4.7k&lt;/font&gt;&lt;/font&gt;&lt;/span&gt;&lt;span style=&quot;color: rgb(71, 71, 71); font-family: Arial, sans-serif; text-align: start;&quot;&gt;&lt;font style=&quot;font-size: 7px;&quot;&gt;Ω&lt;/font&gt;&lt;/span&gt;&lt;span&gt;&lt;font&gt;&lt;span style=&quot;color: rgba(0, 0, 0, 0); font-family: monospace; text-align: start; text-wrap-mode: nowrap;&quot;&gt;&lt;span style=&quot;font-size: 0px;&quot;&gt;%3CmxGraphModel%3E%3Croot%3E%3CmxCell%20id%3D%220%22%2F%3E%3CmxCell%20id%3D%221%22%20parent%3D%220%22%2F%3E%3CmxCell%20id%3D%222%22%20value%3D%22%22%20style%3D%22endArrow%3Dnone%3Bhtml%3D1%3Brounded%3D0%3BexitX%3D0.998%3BexitY%3D0.328%3BexitDx%3D0%3BexitDy%3D0%3BexitPerimeter%3D0%3BentryX%3D0%3BentryY%3D0.5%3BentryDx%3D0%3BentryDy%3D0%3B%22%20edge%3D%221%22%20parent%3D%221%22%3E%3CmxGeometry%20width%3D%2250%22%20height%3D%2250%22%20relative%3D%221%22%20as%3D%22geometry%22%3E%3CmxPoint%20x%3D%22160%22%20y%3D%22331.29999999999995%22%20as%3D%22sourcePoint%22%2F%3E%3CmxPoint%20x%3D%22190%22%20y%3D%22332%22%20as%3D%22targetPoint%22%2F%3E%3C%2FmxGeometry%3E%3C%2FmxCell%3E%3C%2Froot%3E%3C%2FmxGraphModel%&lt;/span&gt;&lt;/span&gt;&lt;/font&gt;&lt;/span&gt;&lt;span&gt;&lt;font&gt;&lt;span style=&quot;color: rgb(71, 71, 71); font-family: Arial, sans-serif; text-align: start;&quot;&gt;&lt;font style=&quot;font-size: 7px;&quot;&gt;)&lt;/font&gt;&lt;/span&gt;&lt;/font&gt;&lt;/span&gt;" style="text;html=1;align=center;verticalAlign=middle;whiteSpace=wrap;rounded=0;" vertex="1" parent="1">
+         <mxCell id="4tRv8Omye4SSDMSUdsZj-28" value="&lt;span&gt;&lt;font&gt;&lt;font style=&quot;color: light-dark(rgb(51, 0, 26), rgb(255, 215, 237)); font-size: 7px;&quot;&gt;reg(4.7k&lt;/font&gt;&lt;/font&gt;&lt;/span&gt;&lt;span style=&quot;color: rgb(71, 71, 71); font-family: Arial, sans-serif; text-align: start;&quot;&gt;&lt;font style=&quot;font-size: 7px;&quot;&gt;Ω&lt;/font&gt;&lt;/span&gt;&lt;span&gt;&lt;font&gt;&lt;span style=&quot;color: rgba(0, 0, 0, 0); font-family: monospace; text-align: start; text-wrap-mode: nowrap;&quot;&gt;&lt;span style=&quot;font-size: 0px;&quot;&gt;%3CmxGraphModel%3E%3Croot%3E%3CmxCell%20id%3D%220%22%2F%3E%3CmxCell%20id%3D%221%22%20parent%3D%220%22%2F%3E%3CmxCell%20id%3D%222%22%20value%3D%22%22%20style%3D%22endArrow%3Dnone%3Bhtml%3D1%3Brounded%3D0%3BexitX%3D0.998%3BexitY%3D0.328%3BexitDx%3D0%3BexitDy%3D0%3BexitPerimeter%3D0%3BentryX%3D0%3BentryY%3D0.5%3BentryDx%3D0%3BentryDy%3D0%3B%22%20edge%3D%221%22%20parent%3D%221%22%3E%3CmxGeometry%20width%3D%2250%22%20height%3D%2250%22%20relative%3D%221%22%20as%3D%22geometry%22%3E%3CmxPoint%20x%3D%22160%22%20y%3D%22331.29999999999995%22%20as%3D%22sourcePoint%22%2F%3E%3CmxPoint%20x%3D%22190%22%20y%3D%22332%22%20as%3D%22targetPoint%22%2F%3E%3C%2FmxGeometry%3E%3C%2FmxCell%3E%3C%2Froot%3E%3C%2FmxGraphModel%&lt;/span&gt;&lt;/span&gt;&lt;/font&gt;&lt;/span&gt;&lt;span&gt;&lt;font&gt;&lt;span style=&quot;color: rgb(71, 71, 71); font-family: Arial, sans-serif; text-align: start;&quot;&gt;&lt;font style=&quot;font-size: 7px;&quot;&gt;)&lt;/font&gt;&lt;/span&gt;&lt;/font&gt;&lt;/span&gt;" style="text;html=1;align=center;verticalAlign=middle;whiteSpace=wrap;rounded=0;" parent="1" vertex="1">
          <mxGeometry x="190" y="320" width="50" height="20" as="geometry" />
        </mxCell>
-         <mxCell id="4tRv8Omye4SSDMSUdsZj-31" value="&lt;font&gt;.&lt;/font&gt;" style="text;html=1;align=center;verticalAlign=middle;whiteSpace=wrap;rounded=0;fontSize=47;" vertex="1" parent="1">
+         <mxCell id="4tRv8Omye4SSDMSUdsZj-31" value="&lt;font&gt;.&lt;/font&gt;" style="text;html=1;align=center;verticalAlign=middle;whiteSpace=wrap;rounded=0;fontSize=47;" parent="1" vertex="1">
          <mxGeometry x="310" y="471" width="20" height="30" as="geometry" />
        </mxCell>
-         <mxCell id="4tRv8Omye4SSDMSUdsZj-33" value="&lt;font&gt;.&lt;/font&gt;" style="text;html=1;align=center;verticalAlign=middle;whiteSpace=wrap;rounded=0;fontSize=47;" vertex="1" parent="1">
+         <mxCell id="4tRv8Omye4SSDMSUdsZj-33" value="&lt;font&gt;.&lt;/font&gt;" style="text;html=1;align=center;verticalAlign=middle;whiteSpace=wrap;rounded=0;fontSize=47;" parent="1" vertex="1">
          <mxGeometry x="290" y="287" width="20" height="30" as="geometry" />
        </mxCell>
-         <mxCell id="4tRv8Omye4SSDMSUdsZj-34" value="&lt;font&gt;.&lt;/font&gt;" style="text;html=1;align=center;verticalAlign=middle;whiteSpace=wrap;rounded=0;fontSize=47;" vertex="1" parent="1">
+         <mxCell id="4tRv8Omye4SSDMSUdsZj-34" value="&lt;font&gt;.&lt;/font&gt;" style="text;html=1;align=center;verticalAlign=middle;whiteSpace=wrap;rounded=0;fontSize=47;" parent="1" vertex="1">
          <mxGeometry x="260" y="301" width="20" height="30" as="geometry" />
        </mxCell>
-         <mxCell id="4tRv8Omye4SSDMSUdsZj-35" value="&lt;span style=&quot;font-size: 7px;&quot;&gt;S&lt;/span&gt;" style="text;html=1;align=center;verticalAlign=middle;whiteSpace=wrap;rounded=0;fontSize=9;" vertex="1" parent="1">
+         <mxCell id="4tRv8Omye4SSDMSUdsZj-35" value="&lt;span style=&quot;font-size: 7px;&quot;&gt;S&lt;/span&gt;" style="text;html=1;align=center;verticalAlign=middle;whiteSpace=wrap;rounded=0;fontSize=9;" parent="1" vertex="1">
          <mxGeometry x="89" y="307" width="22" height="10" as="geometry" />
        </mxCell>
-         <mxCell id="4tRv8Omye4SSDMSUdsZj-36" value="" style="endArrow=none;html=1;rounded=0;exitX=0.333;exitY=0.008;exitDx=0;exitDy=0;exitPerimeter=0;entryX=0.339;entryY=0.005;entryDx=0;entryDy=0;entryPerimeter=0;" edge="1" parent="1" source="4tRv8Omye4SSDMSUdsZj-11" target="6h7fnUpnQVIAR-fBUBs6-6">
+         <mxCell id="4tRv8Omye4SSDMSUdsZj-36" value="" style="endArrow=none;html=1;rounded=0;exitX=0.333;exitY=0.008;exitDx=0;exitDy=0;exitPerimeter=0;entryX=0.339;entryY=0.005;entryDx=0;entryDy=0;entryPerimeter=0;" parent="1" source="4tRv8Omye4SSDMSUdsZj-11" target="6h7fnUpnQVIAR-fBUBs6-6" edge="1">
          <mxGeometry width="50" height="50" relative="1" as="geometry">
            <mxPoint x="176" y="325" as="sourcePoint" />
            <mxPoint x="226" y="275" as="targetPoint" />
            <Array as="points">
              <mxPoint x="100" y="290" />
              <mxPoint x="561" y="290" />
            </Array>
          </mxGeometry>
        </mxCell>
-         <mxCell id="4tRv8Omye4SSDMSUdsZj-38" value="GPIO(PC1)" style="text;html=1;align=center;verticalAlign=middle;whiteSpace=wrap;rounded=0;fontSize=9;" vertex="1" parent="1">
+         <mxCell id="4tRv8Omye4SSDMSUdsZj-38" value="GPIO(PC1)" style="text;html=1;align=center;verticalAlign=middle;whiteSpace=wrap;rounded=0;fontSize=9;" parent="1" vertex="1">
          <mxGeometry x="531" y="307" width="63" height="30" as="geometry" />
        </mxCell>
-         <mxCell id="4tRv8Omye4SSDMSUdsZj-39" value="&lt;div style=&quot;line-height: 90%;&quot;&gt;&lt;h1 style=&quot;margin-top: 0px; line-height: 90%;&quot;&gt;&lt;font style=&quot;font-size: 30px; line-height: 90%;&quot;&gt;Voltage&lt;/font&gt;&lt;/h1&gt;&lt;p&gt;&lt;font style=&quot;font-size: 16px; line-height: 90%;&quot;&gt;Motor Driver :&amp;nbsp;&lt;span style=&quot;white-space: pre;&quot;&gt;&#x9;&lt;/span&gt;&lt;span style=&quot;white-space: pre;&quot;&gt;&#x9;&lt;/span&gt;9V&lt;/font&gt;&lt;/p&gt;&lt;p&gt;&lt;font style=&quot;font-size: 16px;&quot;&gt;UltraSonic :&lt;span style=&quot;white-space: pre;&quot;&gt;&#x9;&lt;/span&gt;&lt;span style=&quot;white-space: pre;&quot;&gt;&#x9;&lt;/span&gt;5V&lt;/font&gt;&lt;/p&gt;&lt;p&gt;&lt;font style=&quot;font-size: 16px;&quot;&gt;1ch Relay : &lt;span style=&quot;white-space: pre;&quot;&gt;&#x9;&lt;/span&gt;&lt;span style=&quot;white-space: pre;&quot;&gt;&#x9;&lt;/span&gt;5V&lt;/font&gt;&lt;/p&gt;&lt;p&gt;&lt;font style=&quot;font-size: 16px; line-height: 50%;&quot;&gt;Other sensors : &lt;span style=&quot;white-space: pre;&quot;&gt;&#x9;&lt;/span&gt;3.3V&lt;/font&gt;&lt;/p&gt;&lt;/div&gt;" style="text;html=1;whiteSpace=wrap;overflow=hidden;rounded=0;" vertex="1" parent="1">
+         <mxCell id="4tRv8Omye4SSDMSUdsZj-39" value="&lt;div style=&quot;line-height: 90%;&quot;&gt;&lt;h1 style=&quot;margin-top: 0px; line-height: 90%;&quot;&gt;&lt;font style=&quot;font-size: 30px; line-height: 90%;&quot;&gt;Voltage&lt;/font&gt;&lt;/h1&gt;&lt;p&gt;&lt;font style=&quot;font-size: 16px; line-height: 90%;&quot;&gt;Motor Driver :&amp;nbsp;&lt;span style=&quot;white-space: pre;&quot;&gt;&#x9;&lt;/span&gt;&lt;span style=&quot;white-space: pre;&quot;&gt;&#x9;&lt;/span&gt;9V&lt;/font&gt;&lt;/p&gt;&lt;p&gt;&lt;font style=&quot;font-size: 16px;&quot;&gt;UltraSonic :&lt;span style=&quot;white-space: pre;&quot;&gt;&#x9;&lt;/span&gt;&lt;span style=&quot;white-space: pre;&quot;&gt;&#x9;&lt;/span&gt;5V&lt;/font&gt;&lt;/p&gt;&lt;p&gt;&lt;font style=&quot;font-size: 16px;&quot;&gt;1ch Relay : &lt;span style=&quot;white-space: pre;&quot;&gt;&#x9;&lt;/span&gt;&lt;span style=&quot;white-space: pre;&quot;&gt;&#x9;&lt;/span&gt;5V&lt;/font&gt;&lt;/p&gt;&lt;p&gt;&lt;font style=&quot;font-size: 16px; line-height: 50%;&quot;&gt;Other sensors : &lt;span style=&quot;white-space: pre;&quot;&gt;&#x9;&lt;/span&gt;3.3V&lt;/font&gt;&lt;/p&gt;&lt;/div&gt;" style="text;html=1;whiteSpace=wrap;overflow=hidden;rounded=0;" parent="1" vertex="1">
          <mxGeometry x="50" y="20" width="190" height="140" as="geometry" />
        </mxCell>
      </root>
    </mxGraphModel>
  </diagram>
  <diagram id="8WRU5gpG5O-Uy3WxRE3U" name="페이지-2">
    <mxGraphModel dx="347" dy="208" grid="1" gridSize="10" guides="1" tooltips="1" connect="1" arrows="1" fold="1" page="1" pageScale="1" pageWidth="1169" pageHeight="827" math="0" shadow="0">
      <root>
        <mxCell id="0" />
        <mxCell id="1" parent="0" />
        <mxCell id="GE8YrGKLtb5FdR8gtBuv-1" value="&lt;font&gt;모터 드라이버&lt;/font&gt;&lt;div&gt;&lt;font style=&quot;font-size: 10px;&quot;&gt;(L298N&lt;span style=&quot;background-color: transparent; color: light-dark(rgb(0, 0, 0), rgb(255, 255, 255));&quot;&gt;)&lt;/span&gt;&lt;/font&gt;&lt;/div&gt;" style="rounded=0;whiteSpace=wrap;html=1;fillColor=#f5f5f5;fontColor=#333333;strokeColor=#666666;" vertex="1" parent="1">
          <mxGeometry x="240" y="120" width="160" height="120" as="geometry" />
        </mxCell>
        <mxCell id="JdI1R0M08_0PKqST_eyK-1" value="&lt;font&gt;DC 모터&lt;/font&gt;" style="rounded=0;whiteSpace=wrap;html=1;" vertex="1" parent="1">
          <mxGeometry x="50" y="120" width="110" height="70" as="geometry" />
        </mxCell>
        <mxCell id="JdI1R0M08_0PKqST_eyK-2" value="" style="endArrow=none;html=1;rounded=0;exitX=1;exitY=0.286;exitDx=0;exitDy=0;exitPerimeter=0;entryX=0.01;entryY=0.187;entryDx=0;entryDy=0;entryPerimeter=0;" edge="1" parent="1" source="JdI1R0M08_0PKqST_eyK-1">
          <mxGeometry width="50" height="50" relative="1" as="geometry">
            <mxPoint x="157.74000000000004" y="140.00000000000003" as="sourcePoint" />
            <mxPoint x="240.00000000000003" y="140.04" as="targetPoint" />
          </mxGeometry>
        </mxCell>
        <mxCell id="JdI1R0M08_0PKqST_eyK-3" value="" style="endArrow=none;html=1;rounded=0;exitX=0.994;exitY=0.32;exitDx=0;exitDy=0;exitPerimeter=0;" edge="1" parent="1">
          <mxGeometry width="50" height="50" relative="1" as="geometry">
            <mxPoint x="160" y="170" as="sourcePoint" />
            <mxPoint x="240" y="170" as="targetPoint" />
          </mxGeometry>
        </mxCell>
      </root>
    </mxGraphModel>
  </diagram>
</mxfile>
